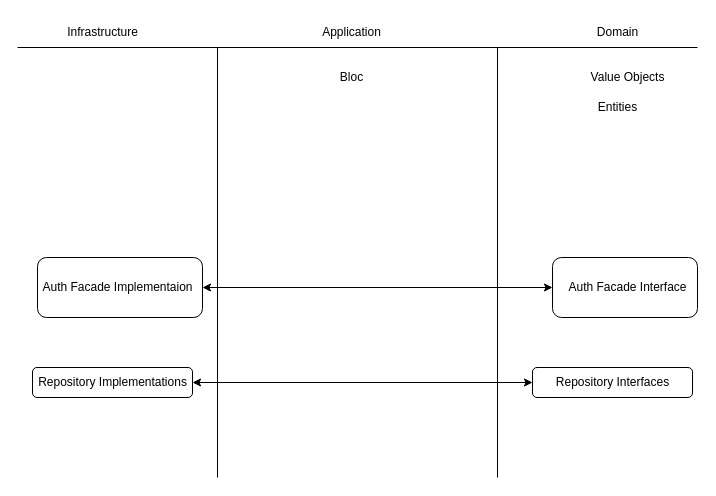
Earlier version of the draw.io diagram Diagram bez názvu.drawio (Psik628/privacy). Source tidied: cells renumbered, new cells numbered last; positions are measured from the earlier drawing's top-left corner, leaving out a move shared by most shapes. Both pictures are drawn from the tidied source at 100%, with x=0, y=0 at pixel (17, 17).
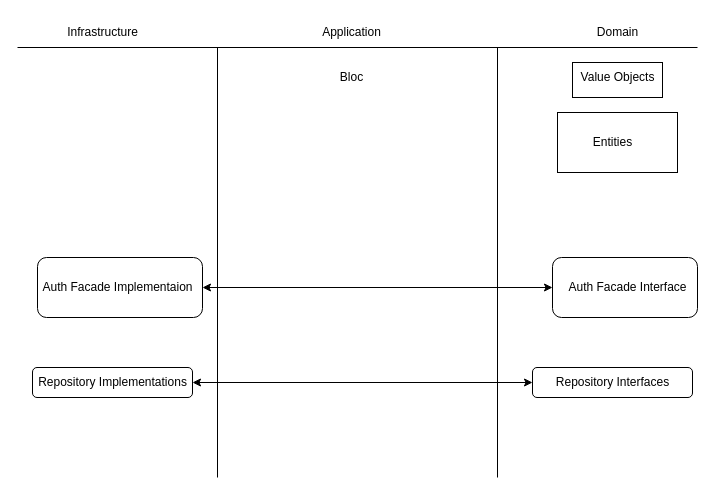
The same diagram, later.

What changed in the source:
```diff
@@
     <mxCell id="9" value="Value Objects" style="text;html=1;align=center;verticalAlign=middle;strokeColor=none;fillColor=none;" parent="1" vertex="1">
-      <mxGeometry x="560" y="45" width="100" height="30" as="geometry" />
+      <mxGeometry x="550" y="45" width="100" height="30" as="geometry" />
     </mxCell>
     <mxCell id="10" value="Entities" style="text;html=1;align=center;verticalAlign=middle;strokeColor=none;fillColor=none;" parent="1" vertex="1">
-      <mxGeometry x="570" y="75" width="60" height="30" as="geometry" />
+      <mxGeometry x="565" y="110" width="60" height="30" as="geometry" />
     </mxCell>
@@
+    <mxCell id="21" style="rounded=0;whiteSpace=wrap;html=1;fillColor=none;" parent="1" vertex="1">
+      <mxGeometry x="540" y="95" width="120" height="60" as="geometry" />
+    </mxCell>
+    <mxCell id="22" style="rounded=0;whiteSpace=wrap;html=1;fillColor=none;" parent="1" vertex="1">
+      <mxGeometry x="555" y="45" width="90" height="35" as="geometry" />
+    </mxCell>
```
